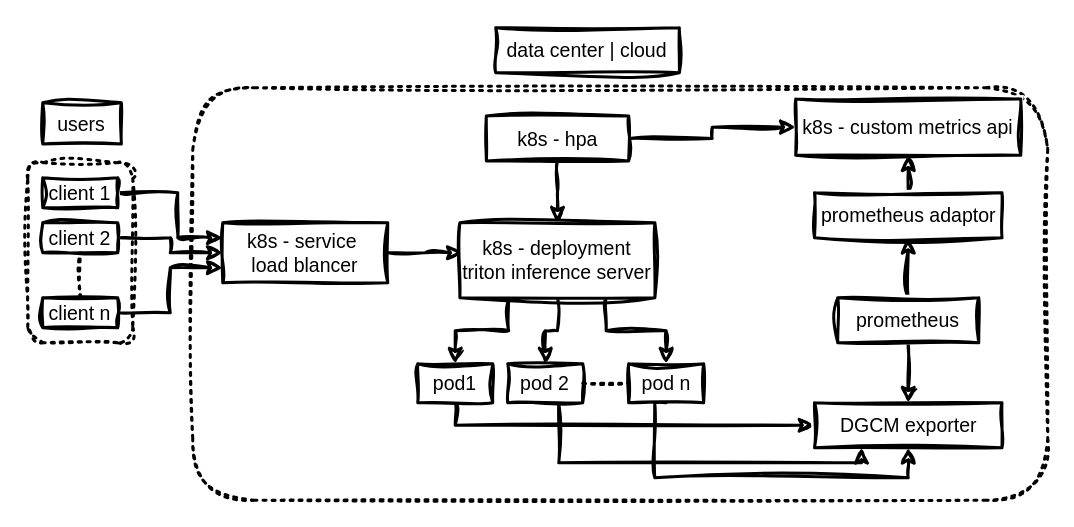
uzunenes/triton-server-hpa keeps this draw.io diagram as docs/triton-server-hps_architecture.drawio.xml. Above is the earlier version. Source tidied: cells renumbered, new cells numbered last; positions are measured from the earlier drawing's top-left corner, leaving out a move shared by most shapes. Both pictures are drawn from the tidied source at 150%, with x=0, y=0 at pixel (27, 27).
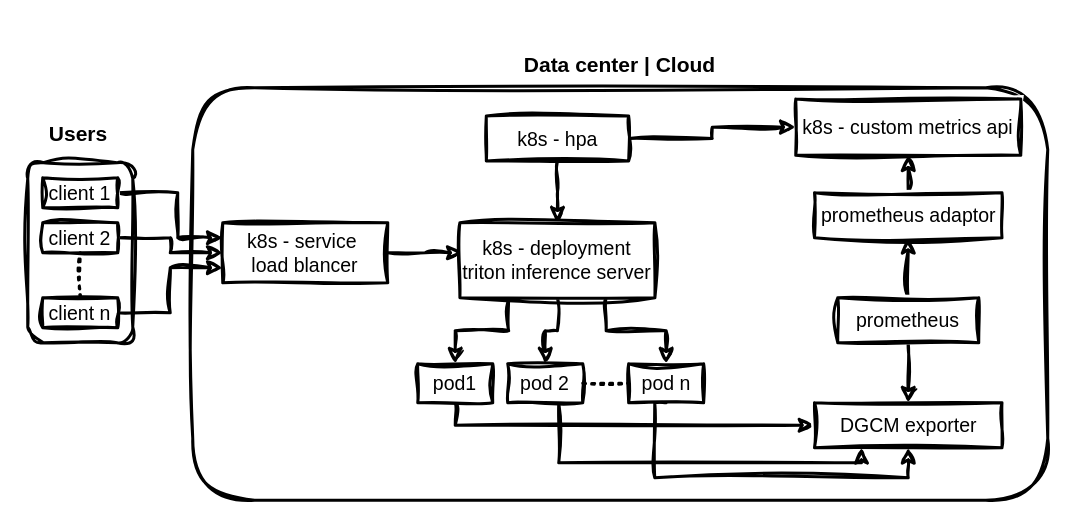
Above is the later version.

The edit, as a diff of the source:
```diff
@@
-    <mxCell id="2" style="rounded=1;whiteSpace=wrap;html=1;fillColor=none;fontFamily=Helvetica;fontSize=13;labelBackgroundColor=default;strokeWidth=2;strokeColor=light-dark(#000000,#000000);textShadow=1;labelBorderColor=none;shadow=0;sketch=1;curveFitting=1;jiggle=2;dashed=1;dashPattern=1 2;" parent="1" vertex="1">
+    <mxCell id="2" style="rounded=1;whiteSpace=wrap;html=1;fillColor=none;fontFamily=Helvetica;fontSize=13;labelBackgroundColor=default;strokeWidth=2;strokeColor=light-dark(#000000,#000000);textShadow=1;labelBorderColor=none;shadow=0;sketch=1;curveFitting=1;jiggle=2;" parent="1" vertex="1">
       <mxGeometry y="90" width="70" height="120" as="geometry" />
     </mxCell>
-    <mxCell id="3" style="rounded=1;whiteSpace=wrap;html=1;fillColor=none;fontFamily=Helvetica;fontSize=13;labelBackgroundColor=default;strokeWidth=2;strokeColor=light-dark(#000000,#000000);textShadow=1;labelBorderColor=none;shadow=0;sketch=1;curveFitting=1;jiggle=2;dashed=1;dashPattern=1 2;" parent="1" vertex="1">
+    <mxCell id="3" style="rounded=1;whiteSpace=wrap;html=1;fillColor=none;fontFamily=Helvetica;fontSize=13;labelBackgroundColor=default;strokeWidth=2;strokeColor=light-dark(#000000,#000000);textShadow=1;labelBorderColor=none;shadow=0;sketch=1;curveFitting=1;jiggle=2;" parent="1" vertex="1">
       <mxGeometry x="110" y="40" width="570" height="275" as="geometry" />
     </mxCell>
@@
-    <mxCell id="33" value="data center | cloud" style="rounded=0;whiteSpace=wrap;html=1;fontFamily=Helvetica;fontSize=13;labelBackgroundColor=default;strokeWidth=2;strokeColor=light-dark(#000000,#000000);textShadow=0;labelBorderColor=none;shadow=0;sketch=1;curveFitting=1;jiggle=2;" parent="1" vertex="1">
-      <mxGeometry x="312" width="122.4" height="30" as="geometry" />
+    <mxCell id="33" value="&lt;font style=&quot;font-size: 14px;&quot;&gt;Data center | Cloud&lt;/font&gt;" style="rounded=0;whiteSpace=wrap;html=1;fontFamily=Helvetica;fontSize=13;labelBackgroundColor=default;strokeWidth=2;strokeColor=none;textShadow=0;labelBorderColor=none;shadow=0;sketch=1;curveFitting=1;jiggle=2;fillColor=none;fillStyle=solid;rotation=0;fontStyle=1;" parent="1" vertex="1">
+      <mxGeometry x="326.9" y="10" width="136.2" height="30" as="geometry" />
     </mxCell>
-    <mxCell id="34" value="users" style="rounded=0;whiteSpace=wrap;html=1;fontFamily=Helvetica;fontSize=13;labelBackgroundColor=default;strokeWidth=2;strokeColor=light-dark(#000000,#000000);textShadow=0;labelBorderColor=none;shadow=0;sketch=1;curveFitting=1;jiggle=2;" parent="1" vertex="1">
-      <mxGeometry x="10" y="50" width="52.4" height="27.5" as="geometry" />
+    <mxCell id="34" value="Users" style="rounded=0;whiteSpace=wrap;html=1;fontFamily=Helvetica;fontSize=14;labelBackgroundColor=default;strokeWidth=2;strokeColor=none;textShadow=0;labelBorderColor=none;shadow=0;sketch=1;curveFitting=1;jiggle=2;fillColor=none;fontStyle=1;" parent="1" vertex="1">
+      <mxGeometry x="7.6" y="57.5" width="52.4" height="27.5" as="geometry" />
     </mxCell>
```
